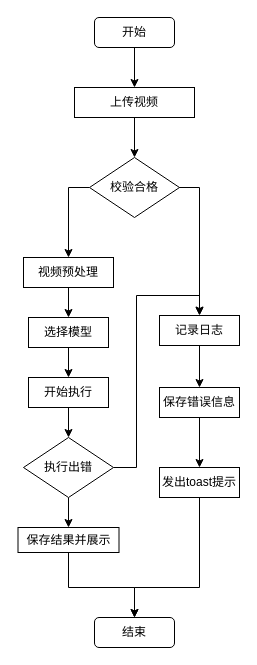
Before: DrawIO_file/流程图/目标检测模块流程图.drawio in DingDongZz/typera_PicGO, a draw.io diagram. Source tidied: cells renumbered, new cells numbered last; positions are measured from the earlier drawing's top-left corner, leaving out a move shared by most shapes. Both pictures are drawn from the tidied source at 100%, with x=0, y=0 at pixel (18, 17).
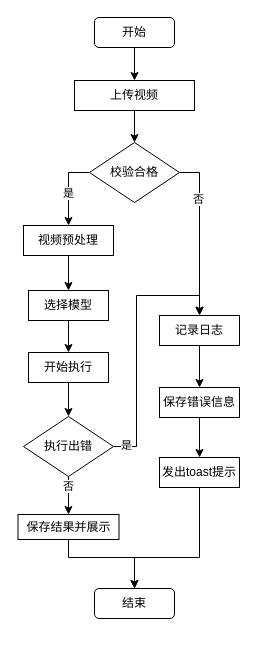
After the change.

Commit message (it also covers changes not shown here):
更新目标检测模块流程图.drawio

What changed in the source:
```diff
@@
-    <mxCell id="2" style="edgeStyle=orthogonalEdgeStyle;rounded=0;jettySize=auto;html=1;entryX=0.5;entryY=0;entryDx=0;entryDy=0;" parent="1" edge="1" source="3" target="5">
+    <mxCell id="2" style="edgeStyle=orthogonalEdgeStyle;rounded=0;jettySize=auto;html=1;entryX=0.5;entryY=0;entryDx=0;entryDy=0;fontFamily=宋体;" parent="1" edge="1" source="3" target="5">
       <mxGeometry relative="1" as="geometry" />
     </mxCell>
-    <mxCell id="3" value="开始" style="rounded=1;whiteSpace=wrap;html=1;" parent="1" vertex="1">
+    <mxCell id="3" value="开始" style="rounded=1;whiteSpace=wrap;html=1;fontFamily=宋体;" parent="1" vertex="1">
       <mxGeometry x="76" width="80" height="30" as="geometry" />
     </mxCell>
-    <mxCell id="4" style="edgeStyle=orthogonalEdgeStyle;rounded=0;jettySize=auto;html=1;entryX=0.5;entryY=0;entryDx=0;entryDy=0;" parent="1" edge="1" source="5" target="8">
+    <mxCell id="4" style="edgeStyle=orthogonalEdgeStyle;rounded=0;jettySize=auto;html=1;entryX=0.5;entryY=0;entryDx=0;entryDy=0;fontFamily=宋体;" parent="1" edge="1" source="5" target="8">
       <mxGeometry relative="1" as="geometry" />
     </mxCell>
-    <mxCell id="5" value="上传视频" style="rounded=0;whiteSpace=wrap;html=1;" parent="1" vertex="1">
-      <mxGeometry x="56" y="70" width="120" height="30" as="geometry" />
+    <mxCell id="5" value="上传视频" style="rounded=0;whiteSpace=wrap;html=1;fontFamily=宋体;" parent="1" vertex="1">
+      <mxGeometry x="56" y="63" width="120" height="30" as="geometry" />
     </mxCell>
-    <mxCell id="6" style="edgeStyle=orthogonalEdgeStyle;rounded=0;jettySize=auto;html=1;entryX=0.5;entryY=0;entryDx=0;entryDy=0;exitX=0;exitY=0.5;exitDx=0;exitDy=0;" parent="1" edge="1" source="8" target="10">
+    <mxCell id="6" style="edgeStyle=orthogonalEdgeStyle;rounded=0;jettySize=auto;html=1;entryX=0.5;entryY=0;entryDx=0;entryDy=0;exitX=0;exitY=0.5;exitDx=0;exitDy=0;fontFamily=宋体;" parent="1" edge="1" source="8" target="10">
       <mxGeometry relative="1" as="geometry">
         <Array as="points">
-          <mxPoint x="50" y="170" />
+          <mxPoint x="50" y="155" />
         </Array>
       </mxGeometry>
     </mxCell>
+    <mxCell id="27" value="是" style="edgeLabel;html=1;align=center;verticalAlign=middle;fontFamily=宋体;" parent="6" vertex="1">
+      <mxGeometry x="0.1" y="-1" relative="1" as="geometry" />
+    </mxCell>
-    <mxCell id="7" style="edgeStyle=orthogonalEdgeStyle;rounded=0;orthogonalLoop=1;jettySize=auto;html=1;entryX=0.5;entryY=0;entryDx=0;entryDy=0;" parent="1" edge="1">
+    <mxCell id="7" style="edgeStyle=orthogonalEdgeStyle;rounded=0;jettySize=auto;html=1;entryX=0.5;entryY=0;entryDx=0;entryDy=0;exitX=1;exitY=0.5;exitDx=0;exitDy=0;fontFamily=宋体;" parent="1" edge="1" source="8">
       <mxGeometry relative="1" as="geometry">
-        <mxPoint x="156" y="170" as="sourcePoint" />
         <mxPoint x="181" y="297.5" as="targetPoint" />
         <Array as="points">
-          <mxPoint x="181" y="170" />
+          <mxPoint x="181" y="155" />
         </Array>
       </mxGeometry>
     </mxCell>
+    <mxCell id="28" value="否" style="edgeLabel;html=1;align=center;verticalAlign=middle;fontFamily=宋体;" parent="7" vertex="1">
+      <mxGeometry x="-0.43" y="-3" relative="1" as="geometry">
+        <mxPoint x="1" as="offset" />
+      </mxGeometry>
+    </mxCell>
-    <mxCell id="8" value="校验合格" style="rhombus;whiteSpace=wrap;html=1;" parent="1" vertex="1">
-      <mxGeometry x="71" y="140" width="90" height="60" as="geometry" />
+    <mxCell id="8" value="校验合格" style="rhombus;whiteSpace=wrap;html=1;fontFamily=宋体;" parent="1" vertex="1">
+      <mxGeometry x="71" y="125" width="90" height="60" as="geometry" />
     </mxCell>
-    <mxCell id="9" style="edgeStyle=orthogonalEdgeStyle;rounded=0;jettySize=auto;html=1;entryX=0.5;entryY=0;entryDx=0;entryDy=0;" parent="1" edge="1" source="10" target="12">
+    <mxCell id="9" style="edgeStyle=orthogonalEdgeStyle;rounded=0;jettySize=auto;html=1;entryX=0.5;entryY=0;entryDx=0;entryDy=0;fontFamily=宋体;" parent="1" edge="1" source="10" target="12">
       <mxGeometry relative="1" as="geometry" />
     </mxCell>
-    <mxCell id="10" value="视频预处理" style="rounded=0;whiteSpace=wrap;html=1;" parent="1" vertex="1">
-      <mxGeometry x="5" y="240" width="90" height="30" as="geometry" />
+    <mxCell id="10" value="视频预处理" style="rounded=0;whiteSpace=wrap;html=1;fontFamily=宋体;" parent="1" vertex="1">
+      <mxGeometry x="5" y="208" width="90" height="30" as="geometry" />
     </mxCell>
-    <mxCell id="11" style="edgeStyle=orthogonalEdgeStyle;rounded=0;jettySize=auto;html=1;entryX=0.5;entryY=0;entryDx=0;entryDy=0;" parent="1" edge="1" source="12" target="14">
+    <mxCell id="11" style="edgeStyle=orthogonalEdgeStyle;rounded=0;jettySize=auto;html=1;entryX=0.5;entryY=0;entryDx=0;entryDy=0;fontFamily=宋体;" parent="1" edge="1" source="12" target="14">
       <mxGeometry relative="1" as="geometry" />
     </mxCell>
-    <mxCell id="12" value="选择模型" style="rounded=0;whiteSpace=wrap;html=1;" parent="1" vertex="1">
-      <mxGeometry x="10" y="300" width="80" height="30" as="geometry" />
+    <mxCell id="12" value="选择模型" style="rounded=0;whiteSpace=wrap;html=1;fontFamily=宋体;" parent="1" vertex="1">
+      <mxGeometry x="10" y="273" width="80" height="30" as="geometry" />
     </mxCell>
-    <mxCell id="13" style="edgeStyle=orthogonalEdgeStyle;rounded=0;jettySize=auto;html=1;entryX=0.5;entryY=0;entryDx=0;entryDy=0;" parent="1" edge="1" source="14" target="17">
+    <mxCell id="13" style="edgeStyle=orthogonalEdgeStyle;rounded=0;jettySize=auto;html=1;entryX=0.5;entryY=0;entryDx=0;entryDy=0;fontFamily=宋体;" parent="1" edge="1" source="14" target="17">
       <mxGeometry relative="1" as="geometry" />
     </mxCell>
-    <mxCell id="14" value="开始执行" style="rounded=0;whiteSpace=wrap;html=1;" parent="1" vertex="1">
-      <mxGeometry x="10" y="360" width="80" height="30" as="geometry" />
+    <mxCell id="14" value="开始执行" style="rounded=0;whiteSpace=wrap;html=1;fontFamily=宋体;" parent="1" vertex="1">
+      <mxGeometry x="10" y="335" width="80" height="30" as="geometry" />
     </mxCell>
-    <mxCell id="15" style="edgeStyle=orthogonalEdgeStyle;rounded=0;jettySize=auto;html=1;entryX=0.5;entryY=0;entryDx=0;entryDy=0;" parent="1" edge="1" source="17" target="19">
+    <mxCell id="15" style="edgeStyle=orthogonalEdgeStyle;rounded=0;jettySize=auto;html=1;entryX=0.5;entryY=0;entryDx=0;entryDy=0;fontFamily=宋体;" parent="1" edge="1" source="17" target="19">
       <mxGeometry relative="1" as="geometry" />
     </mxCell>
+    <mxCell id="29" value="否" style="edgeLabel;html=1;align=center;verticalAlign=middle;fontFamily=宋体;" parent="15" vertex="1">
+      <mxGeometry x="-0.79" y="-2" relative="1" as="geometry">
+        <mxPoint x="1" y="5" as="offset" />
+      </mxGeometry>
+    </mxCell>
-    <mxCell id="16" style="edgeStyle=orthogonalEdgeStyle;rounded=0;jettySize=auto;html=1;entryX=0.5;entryY=0;entryDx=0;entryDy=0;" parent="1" edge="1" source="17" target="24">
+    <mxCell id="16" style="edgeStyle=orthogonalEdgeStyle;rounded=0;jettySize=auto;html=1;entryX=0.5;entryY=0;entryDx=0;entryDy=0;fontFamily=宋体;" parent="1" edge="1" source="17" target="24">
       <mxGeometry relative="1" as="geometry" />
     </mxCell>
+    <mxCell id="30" value="是" style="edgeLabel;html=1;align=center;verticalAlign=middle;fontFamily=宋体;" parent="16" vertex="1">
+      <mxGeometry x="-0.9" y="3" relative="1" as="geometry">
+        <mxPoint x="-1" y="1" as="offset" />
+      </mxGeometry>
+    </mxCell>
-    <mxCell id="17" value="执行出错" style="rhombus;whiteSpace=wrap;html=1;" parent="1" vertex="1">
-      <mxGeometry x="5" y="420" width="90" height="60" as="geometry" />
+    <mxCell id="17" value="执行出错" style="rhombus;whiteSpace=wrap;html=1;fontFamily=宋体;" parent="1" vertex="1">
+      <mxGeometry x="5" y="399" width="90" height="60" as="geometry" />
     </mxCell>
-    <mxCell id="18" style="edgeStyle=orthogonalEdgeStyle;rounded=0;jettySize=auto;html=1;entryX=0.5;entryY=0;entryDx=0;entryDy=0;" parent="1" edge="1" source="19" target="20">
+    <mxCell id="18" style="edgeStyle=orthogonalEdgeStyle;rounded=0;jettySize=auto;html=1;entryX=0.5;entryY=0;entryDx=0;entryDy=0;fontFamily=宋体;" parent="1" edge="1" source="19" target="20">
       <mxGeometry relative="1" as="geometry">
         <Array as="points">
-          <mxPoint x="50" y="570" />
-          <mxPoint x="116" y="570" />
+          <mxPoint x="50" y="540" />
+          <mxPoint x="116" y="540" />
         </Array>
       </mxGeometry>
     </mxCell>
-    <mxCell id="19" value="保存结果&lt;span style=&quot;background-color: transparent; color: light-dark(rgb(0, 0, 0), rgb(255, 255, 255));&quot;&gt;并展示&lt;/span&gt;" style="rounded=0;whiteSpace=wrap;html=1;" parent="1" vertex="1">
-      <mxGeometry x="-0.5" y="510" width="101" height="25" as="geometry" />
+    <mxCell id="19" value="保存结果&lt;span style=&quot;background-color: transparent; color: light-dark(rgb(0, 0, 0), rgb(255, 255, 255));&quot;&gt;并展示&lt;/span&gt;" style="rounded=0;whiteSpace=wrap;html=1;fontFamily=宋体;" parent="1" vertex="1">
+      <mxGeometry x="-0.5" y="497" width="101" height="25" as="geometry" />
     </mxCell>
-    <mxCell id="20" value="结束" style="rounded=1;whiteSpace=wrap;html=1;" parent="1" vertex="1">
-      <mxGeometry x="76" y="600" width="80" height="30" as="geometry" />
+    <mxCell id="20" value="结束" style="rounded=1;whiteSpace=wrap;html=1;fontFamily=宋体;" parent="1" vertex="1">
+      <mxGeometry x="76" y="571" width="80" height="30" as="geometry" />
     </mxCell>
-    <mxCell id="21" style="edgeStyle=orthogonalEdgeStyle;rounded=0;jettySize=auto;html=1;entryX=0.5;entryY=0;entryDx=0;entryDy=0;" parent="1" edge="1" source="22" target="26">
+    <mxCell id="21" style="edgeStyle=orthogonalEdgeStyle;rounded=0;jettySize=auto;html=1;entryX=0.5;entryY=0;entryDx=0;entryDy=0;fontFamily=宋体;" parent="1" edge="1" source="22" target="26">
       <mxGeometry relative="1" as="geometry" />
     </mxCell>
-    <mxCell id="22" value="保存错误信息" style="rounded=0;whiteSpace=wrap;html=1;" parent="1" vertex="1">
+    <mxCell id="22" value="保存错误信息" style="rounded=0;whiteSpace=wrap;html=1;fontFamily=宋体;" parent="1" vertex="1">
       <mxGeometry x="141" y="370" width="80" height="30" as="geometry" />
     </mxCell>
-    <mxCell id="23" style="edgeStyle=orthogonalEdgeStyle;rounded=0;jettySize=auto;html=1;entryX=0.5;entryY=0;entryDx=0;entryDy=0;" parent="1" edge="1" source="24" target="22">
+    <mxCell id="23" style="edgeStyle=orthogonalEdgeStyle;rounded=0;jettySize=auto;html=1;entryX=0.5;entryY=0;entryDx=0;entryDy=0;fontFamily=宋体;" parent="1" edge="1" source="24" target="22">
       <mxGeometry relative="1" as="geometry" />
     </mxCell>
-    <mxCell id="24" value="记录日志" style="rounded=0;whiteSpace=wrap;html=1;" parent="1" vertex="1">
+    <mxCell id="24" value="记录日志" style="rounded=0;whiteSpace=wrap;html=1;fontFamily=宋体;" parent="1" vertex="1">
       <mxGeometry x="141" y="298" width="80" height="30" as="geometry" />
     </mxCell>
-    <mxCell id="25" style="edgeStyle=orthogonalEdgeStyle;rounded=0;jettySize=auto;html=1;entryX=0.5;entryY=0;entryDx=0;entryDy=0;" parent="1" edge="1" source="26" target="20">
+    <mxCell id="25" style="edgeStyle=orthogonalEdgeStyle;rounded=0;jettySize=auto;html=1;entryX=0.5;entryY=0;entryDx=0;entryDy=0;fontFamily=宋体;" parent="1" edge="1" source="26" target="20">
       <mxGeometry relative="1" as="geometry">
         <Array as="points">
-          <mxPoint x="181" y="570" />
-          <mxPoint x="116" y="570" />
+          <mxPoint x="181" y="540" />
+          <mxPoint x="116" y="540" />
         </Array>
       </mxGeometry>
     </mxCell>
-    <mxCell id="26" value="发出toast提示" style="rounded=0;whiteSpace=wrap;html=1;" parent="1" vertex="1">
-      <mxGeometry x="141" y="450" width="80" height="30" as="geometry" />
+    <mxCell id="26" value="发出toast提示" style="rounded=0;whiteSpace=wrap;html=1;fontFamily=宋体;" parent="1" vertex="1">
+      <mxGeometry x="141" y="440" width="80" height="30" as="geometry" />
     </mxCell>
```
